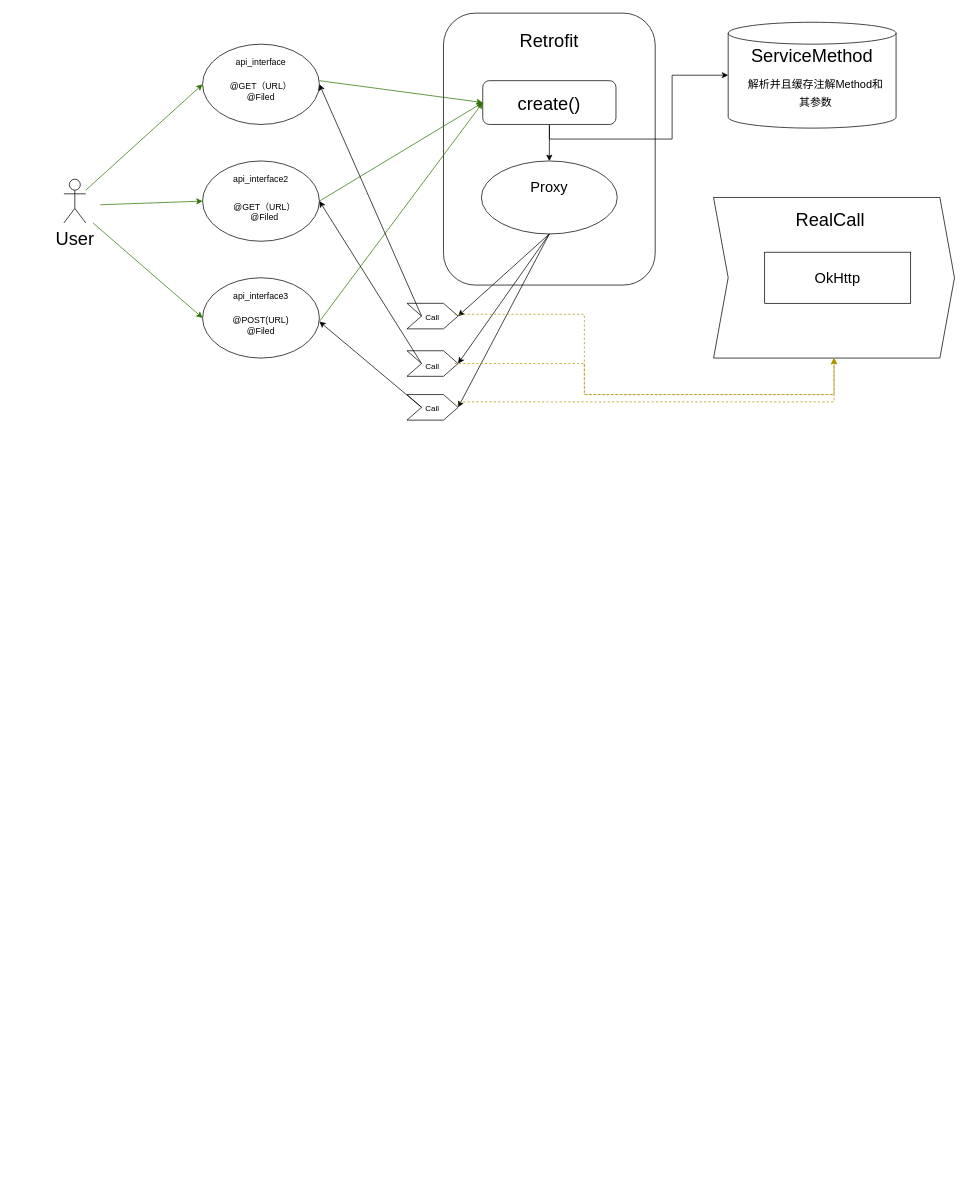
Above: myretrofit.drawio in LongerLonge/jormun_drawio_repo (draw.io), before the change. Source tidied: cells renumbered, new cells numbered last; positions are measured from the earlier drawing's top-left corner, leaving out a move shared by most shapes. Both pictures are drawn from the tidied source at 73%, with x=0, y=0 at pixel (64, 13).
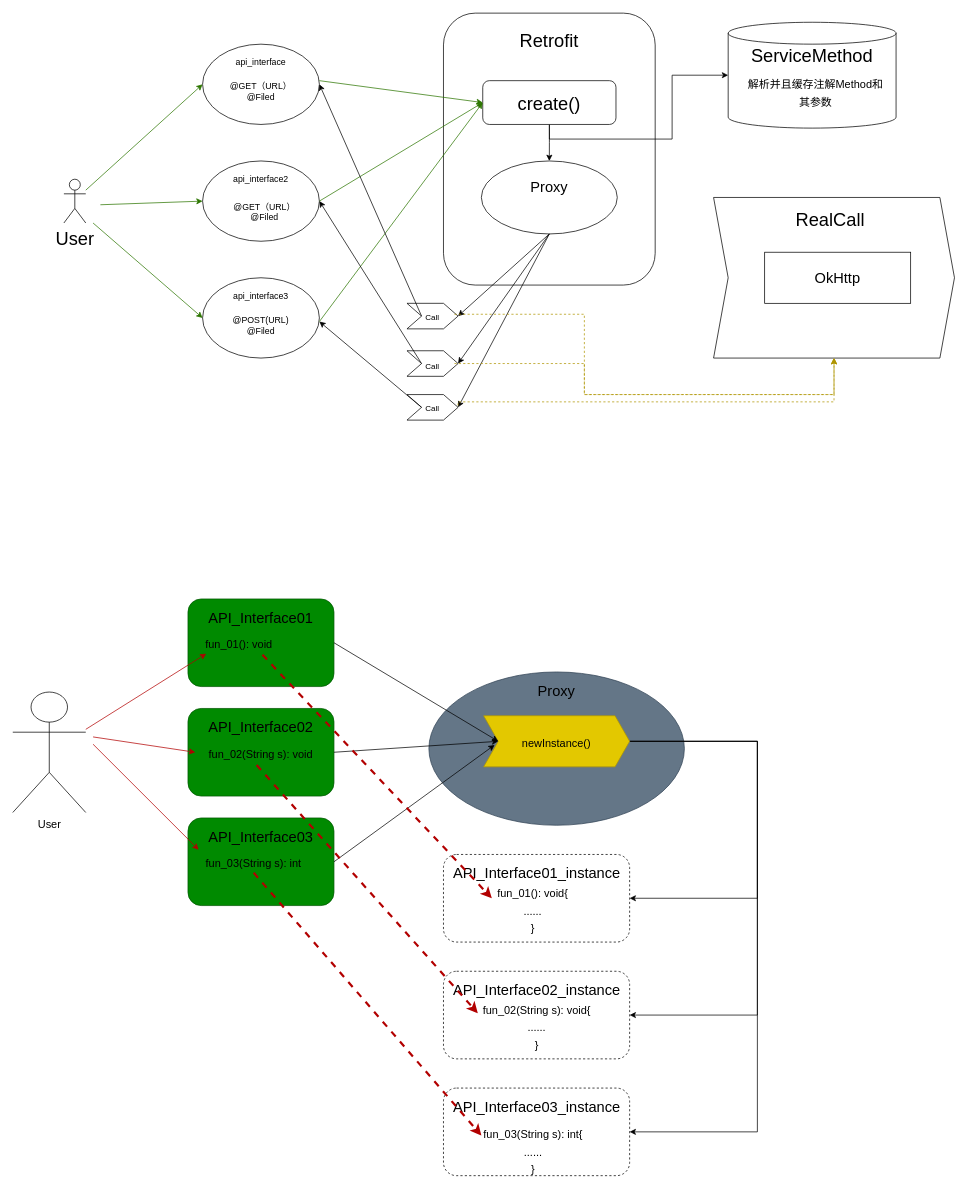
The same page after the edit.

What changed in the source:
```diff
@@
+    <mxCell id="47" style="rounded=1;whiteSpace=wrap;html=1;fillColor=#008a00;fontColor=#ffffff;strokeColor=#005700;" parent="1" vertex="1">
+      <mxGeometry x="170" y="802" width="200" height="120" as="geometry" />
+    </mxCell>
+    <mxCell id="48" style="rounded=1;whiteSpace=wrap;html=1;fillColor=#008a00;fontColor=#ffffff;strokeColor=#005700;" parent="1" vertex="1">
+      <mxGeometry x="170" y="952" width="200" height="120" as="geometry" />
+    </mxCell>
+    <mxCell id="49" style="rounded=1;whiteSpace=wrap;html=1;fillColor=#008a00;fontColor=#ffffff;strokeColor=#005700;" parent="1" vertex="1">
+      <mxGeometry x="170" y="1102" width="200" height="120" as="geometry" />
+    </mxCell>
+    <mxCell id="50" style="ellipse;whiteSpace=wrap;html=1;fillColor=#647687;fontColor=#ffffff;strokeColor=#314354;" parent="1" vertex="1">
+      <mxGeometry x="500" y="902" width="350" height="210" as="geometry" />
+    </mxCell>
+    <mxCell id="51" value="&lt;font style=&quot;font-size: 20px;&quot;&gt;API_Interface01&lt;/font&gt;" style="text;html=1;strokeColor=none;fillColor=none;align=center;verticalAlign=middle;whiteSpace=wrap;rounded=0;" parent="1" vertex="1">
+      <mxGeometry x="240" y="812" width="60" height="30" as="geometry" />
+    </mxCell>
+    <mxCell id="52" value="&lt;font style=&quot;font-size: 20px;&quot;&gt;API_Interface02&lt;/font&gt;" style="text;html=1;strokeColor=none;fillColor=none;align=center;verticalAlign=middle;whiteSpace=wrap;rounded=0;" parent="1" vertex="1">
+      <mxGeometry x="240" y="962" width="60" height="30" as="geometry" />
+    </mxCell>
+    <mxCell id="53" value="&lt;font style=&quot;font-size: 20px;&quot;&gt;API_Interface03&lt;/font&gt;" style="text;html=1;strokeColor=none;fillColor=none;align=center;verticalAlign=middle;whiteSpace=wrap;rounded=0;" parent="1" vertex="1">
+      <mxGeometry x="240" y="1112" width="60" height="30" as="geometry" />
+    </mxCell>
+    <mxCell id="54" value="&lt;font style=&quot;font-size: 15px;&quot;&gt;fun_01(): void&lt;/font&gt;" style="text;html=1;strokeColor=none;fillColor=none;align=center;verticalAlign=middle;whiteSpace=wrap;rounded=0;fontSize=20;" parent="1" vertex="1">
+      <mxGeometry x="150" y="847" width="180" height="30" as="geometry" />
+    </mxCell>
+    <mxCell id="55" value="&lt;font style=&quot;font-size: 15px;&quot;&gt;fun_02(String s): void&lt;/font&gt;" style="text;html=1;strokeColor=none;fillColor=none;align=center;verticalAlign=middle;whiteSpace=wrap;rounded=0;fontSize=20;" parent="1" vertex="1">
+      <mxGeometry x="180" y="997" width="180" height="30" as="geometry" />
+    </mxCell>
+    <mxCell id="56" value="&lt;font style=&quot;font-size: 15px;&quot;&gt;fun_03(String s): int&lt;/font&gt;" style="text;html=1;strokeColor=none;fillColor=none;align=center;verticalAlign=middle;whiteSpace=wrap;rounded=0;fontSize=20;" parent="1" vertex="1">
+      <mxGeometry x="170" y="1147" width="180" height="30" as="geometry" />
+    </mxCell>
+    <mxCell id="57" value="&lt;font style=&quot;font-size: 20px;&quot;&gt;Proxy&lt;/font&gt;" style="text;html=1;strokeColor=none;fillColor=none;align=center;verticalAlign=middle;whiteSpace=wrap;rounded=0;fontSize=15;" parent="1" vertex="1">
+      <mxGeometry x="645" y="912" width="60" height="30" as="geometry" />
+    </mxCell>
+    <mxCell id="58" style="edgeStyle=orthogonalEdgeStyle;rounded=0;jettySize=auto;html=1;entryX=1;entryY=0.5;entryDx=0;entryDy=0;fontSize=15;exitX=1;exitY=0.5;exitDx=0;exitDy=0;" parent="1" edge="1" source="61" target="66">
+      <mxGeometry relative="1" as="geometry">
+        <Array as="points">
+          <mxPoint x="950" y="997" />
+          <mxPoint x="950" y="1212" />
+        </Array>
+      </mxGeometry>
+    </mxCell>
+    <mxCell id="59" style="edgeStyle=orthogonalEdgeStyle;rounded=0;jettySize=auto;html=1;entryX=1;entryY=0.5;entryDx=0;entryDy=0;fontSize=15;exitX=1;exitY=0.5;exitDx=0;exitDy=0;" parent="1" edge="1" source="61" target="69">
+      <mxGeometry relative="1" as="geometry">
+        <Array as="points">
+          <mxPoint x="950" y="997" />
+          <mxPoint x="950" y="1372" />
+        </Array>
+      </mxGeometry>
+    </mxCell>
+    <mxCell id="60" style="edgeStyle=orthogonalEdgeStyle;rounded=0;jettySize=auto;html=1;entryX=1;entryY=0.5;entryDx=0;entryDy=0;fontSize=15;exitX=1;exitY=0.5;exitDx=0;exitDy=0;" parent="1" edge="1" source="61" target="72">
+      <mxGeometry relative="1" as="geometry">
+        <Array as="points">
+          <mxPoint x="950" y="997" />
+          <mxPoint x="950" y="1532" />
+        </Array>
+      </mxGeometry>
+    </mxCell>
+    <mxCell id="61" style="shape=step;perimeter=stepPerimeter;whiteSpace=wrap;html=1;fixedSize=1;fontSize=20;fillColor=#e3c800;fontColor=#000000;strokeColor=#B09500;" parent="1" vertex="1">
+      <mxGeometry x="575" y="962" width="200" height="70" as="geometry" />
+    </mxCell>
+    <mxCell id="62" value="&lt;font style=&quot;font-size: 15px;&quot;&gt;newInstance()&lt;/font&gt;" style="text;html=1;strokeColor=none;fillColor=none;align=center;verticalAlign=middle;whiteSpace=wrap;rounded=0;fontSize=20;" parent="1" vertex="1">
+      <mxGeometry x="645" y="982" width="60" height="30" as="geometry" />
+    </mxCell>
+    <mxCell id="63" style="endArrow=classic;html=1;rounded=0;fontSize=15;exitX=1;exitY=0.5;exitDx=0;exitDy=0;entryX=0;entryY=0.5;entryDx=0;entryDy=0;" parent="1" edge="1" source="47" target="61">
+      <mxGeometry relative="1" as="geometry" />
+    </mxCell>
+    <mxCell id="64" style="endArrow=classic;html=1;rounded=0;fontSize=15;exitX=1;exitY=0.5;exitDx=0;exitDy=0;entryX=0;entryY=0.5;entryDx=0;entryDy=0;" parent="1" edge="1" source="48" target="61">
+      <mxGeometry relative="1" as="geometry" />
+    </mxCell>
+    <mxCell id="65" style="endArrow=classic;html=1;rounded=0;fontSize=15;exitX=1;exitY=0.5;exitDx=0;exitDy=0;" parent="1" edge="1" source="49">
+      <mxGeometry relative="1" as="geometry">
+        <mxPoint x="590" y="1002" as="targetPoint" />
+      </mxGeometry>
+    </mxCell>
+    <mxCell id="66" style="rounded=1;whiteSpace=wrap;html=1;dashed=1;" parent="1" vertex="1">
+      <mxGeometry x="520" y="1152" width="255" height="120" as="geometry" />
+    </mxCell>
+    <mxCell id="67" value="&lt;font style=&quot;font-size: 20px;&quot;&gt;API_Interface01_instance&lt;/font&gt;" style="text;html=1;strokeColor=none;fillColor=none;align=center;verticalAlign=middle;whiteSpace=wrap;rounded=0;" parent="1" vertex="1">
+      <mxGeometry x="617.5" y="1162" width="60" height="30" as="geometry" />
+    </mxCell>
+    <mxCell id="68" value="&lt;font style=&quot;font-size: 15px;&quot;&gt;fun_01(): void{&lt;br&gt;......&lt;br&gt;}&lt;/font&gt;" style="text;html=1;strokeColor=none;fillColor=none;align=center;verticalAlign=middle;whiteSpace=wrap;rounded=0;fontSize=20;" parent="1" vertex="1">
+      <mxGeometry x="530" y="1212" width="225" height="30" as="geometry" />
+    </mxCell>
+    <mxCell id="69" style="rounded=1;whiteSpace=wrap;html=1;dashed=1;" parent="1" vertex="1">
+      <mxGeometry x="520" y="1312" width="255" height="120" as="geometry" />
+    </mxCell>
+    <mxCell id="70" value="&lt;font style=&quot;font-size: 20px;&quot;&gt;API_Interface02_instance&lt;/font&gt;" style="text;html=1;strokeColor=none;fillColor=none;align=center;verticalAlign=middle;whiteSpace=wrap;rounded=0;" parent="1" vertex="1">
+      <mxGeometry x="617.5" y="1322" width="60" height="30" as="geometry" />
+    </mxCell>
+    <mxCell id="71" value="&lt;font style=&quot;font-size: 15px;&quot;&gt;fun_02(String s): void{&lt;br&gt;......&lt;br&gt;}&lt;/font&gt;" style="text;html=1;strokeColor=none;fillColor=none;align=center;verticalAlign=middle;whiteSpace=wrap;rounded=0;fontSize=20;" parent="1" vertex="1">
+      <mxGeometry x="557.5" y="1372" width="180" height="30" as="geometry" />
+    </mxCell>
+    <mxCell id="72" style="rounded=1;whiteSpace=wrap;html=1;dashed=1;" parent="1" vertex="1">
+      <mxGeometry x="520" y="1472" width="255" height="120" as="geometry" />
+    </mxCell>
+    <mxCell id="73" value="&lt;font style=&quot;font-size: 20px;&quot;&gt;API_Interface03_instance&lt;/font&gt;" style="text;html=1;strokeColor=none;fillColor=none;align=center;verticalAlign=middle;whiteSpace=wrap;rounded=0;" parent="1" vertex="1">
+      <mxGeometry x="617.5" y="1482" width="60" height="30" as="geometry" />
+    </mxCell>
+    <mxCell id="74" value="&lt;font style=&quot;font-size: 15px;&quot;&gt;fun_03(String s): int{&lt;br&gt;......&lt;br&gt;}&lt;/font&gt;" style="text;html=1;strokeColor=none;fillColor=none;align=center;verticalAlign=middle;whiteSpace=wrap;rounded=0;fontSize=20;" parent="1" vertex="1">
+      <mxGeometry x="552.5" y="1542" width="180" height="30" as="geometry" />
+    </mxCell>
+    <mxCell id="75" value="User" style="shape=umlActor;verticalLabelPosition=bottom;verticalAlign=top;html=1;outlineConnect=0;fontSize=15;" parent="1" vertex="1">
+      <mxGeometry x="-70" y="929.5" width="100" height="165" as="geometry" />
+    </mxCell>
+    <mxCell id="76" style="endArrow=classic;html=1;rounded=0;fontSize=15;entryX=0.25;entryY=1;entryDx=0;entryDy=0;fillColor=#e51400;strokeColor=#B20000;" parent="1" edge="1" source="75" target="54">
+      <mxGeometry relative="1" as="geometry" />
+    </mxCell>
+    <mxCell id="77" style="endArrow=classic;html=1;rounded=0;fontSize=15;entryX=0;entryY=0.5;entryDx=0;entryDy=0;fillColor=#e51400;strokeColor=#B20000;" parent="1" edge="1" target="55">
+      <mxGeometry relative="1" as="geometry">
+        <mxPoint x="40" y="991" as="sourcePoint" />
+      </mxGeometry>
+    </mxCell>
+    <mxCell id="78" style="endArrow=classic;html=1;rounded=0;fontSize=15;entryX=0.081;entryY=-0.05;entryDx=0;entryDy=0;entryPerimeter=0;fillColor=#e51400;strokeColor=#B20000;" parent="1" edge="1" target="56">
+      <mxGeometry relative="1" as="geometry">
+        <mxPoint x="40" y="1001" as="sourcePoint" />
+      </mxGeometry>
+    </mxCell>
+    <mxCell id="79" style="endArrow=classic;html=1;rounded=0;fontSize=15;exitX=0.678;exitY=1.05;exitDx=0;exitDy=0;exitPerimeter=0;entryX=0.25;entryY=0;entryDx=0;entryDy=0;dashed=1;fillColor=#e51400;strokeColor=#B20000;jumpSize=6;strokeWidth=3;" parent="1" edge="1" source="54" target="68">
+      <mxGeometry relative="1" as="geometry" />
+    </mxCell>
+    <mxCell id="80" style="endArrow=classic;html=1;rounded=0;fontSize=15;exitX=0.467;exitY=1.083;exitDx=0;exitDy=0;exitPerimeter=0;entryX=0.053;entryY=-0.083;entryDx=0;entryDy=0;dashed=1;fillColor=#e51400;strokeColor=#B20000;entryPerimeter=0;strokeWidth=3;" parent="1" edge="1" source="55" target="71">
+      <mxGeometry relative="1" as="geometry" />
+    </mxCell>
+    <mxCell id="81" style="endArrow=classic;html=1;rounded=0;fontSize=15;exitX=0.5;exitY=1;exitDx=0;exitDy=0;entryX=0.108;entryY=-0.167;entryDx=0;entryDy=0;dashed=1;fillColor=#e51400;strokeColor=#B20000;entryPerimeter=0;strokeWidth=3;" parent="1" edge="1" source="56" target="74">
+      <mxGeometry relative="1" as="geometry" />
+    </mxCell>
```
